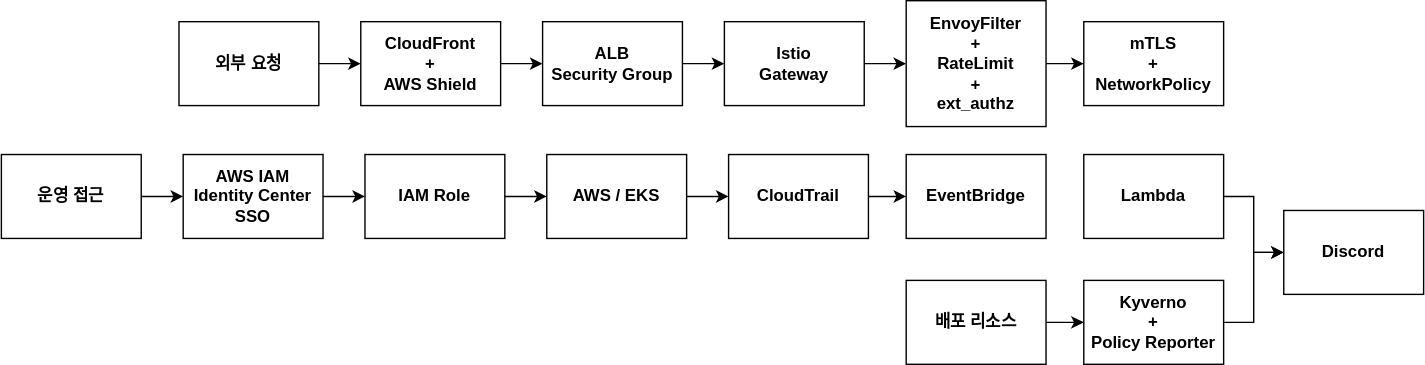
Above: public/images/infrastructure/architecture/03_infra-arc.svg in goorm-gongbang/001-finalPR (draw.io), before the change. Source tidied: cells renumbered, new cells last; positions are measured from the earlier drawing's top-left corner, leaving out a move shared by most shapes.
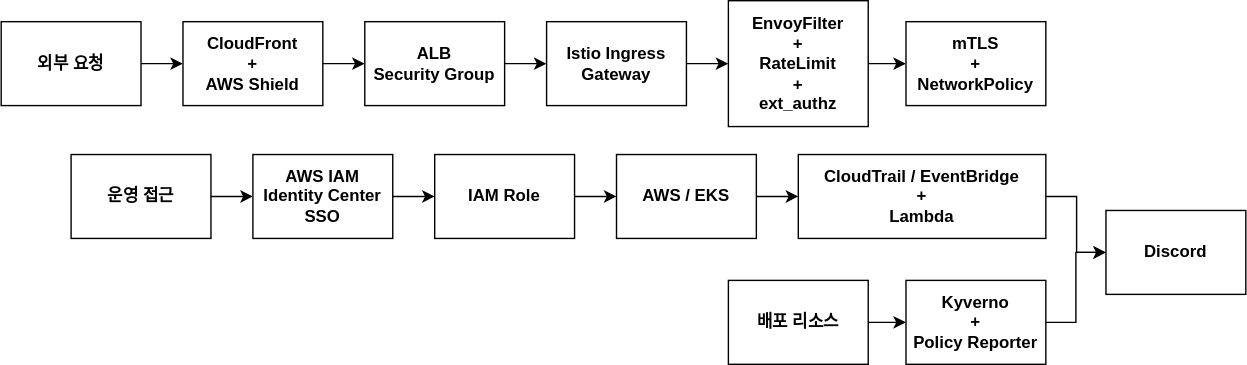
The same file after the commit.

The edit, as a diff of the source:
```diff
@@ -23,7 +23,7 @@
     <mxCell id="8" style="edgeStyle=orthogonalEdgeStyle;rounded=0;jettySize=auto;html=1;" parent="1" edge="1" source="9" target="11">
       <mxGeometry relative="1" as="geometry" />
     </mxCell>
-    <mxCell id="9" value="&lt;b&gt;Istio&lt;/b&gt;&lt;div&gt;&lt;b&gt;Gateway&lt;/b&gt;&lt;/div&gt;" style="rounded=0;whiteSpace=wrap;html=1;" parent="1" vertex="1">
+    <mxCell id="9" value="&lt;b&gt;Istio Ingress&lt;/b&gt;&lt;div&gt;&lt;b&gt;Gateway&lt;/b&gt;&lt;/div&gt;" style="rounded=0;whiteSpace=wrap;html=1;" parent="1" vertex="1">
       <mxGeometry x="517" y="15" width="100" height="60" as="geometry" />
     </mxCell>
     <mxCell id="10" style="edgeStyle=orthogonalEdgeStyle;rounded=0;jettySize=auto;html=1;" parent="1" edge="1" source="11" target="12">
@@ -39,41 +39,34 @@
       <mxGeometry relative="1" as="geometry" />
     </mxCell>
     <mxCell id="14" value="&lt;b&gt;운영 접근&lt;/b&gt;" style="rounded=0;whiteSpace=wrap;html=1;" parent="1" vertex="1">
-      <mxGeometry y="110" width="100" height="60" as="geometry" />
+      <mxGeometry x="177" y="110" width="100" height="60" as="geometry" />
     </mxCell>
     <mxCell id="15" style="edgeStyle=orthogonalEdgeStyle;rounded=0;jettySize=auto;html=1;" parent="1" edge="1" source="16" target="18">
       <mxGeometry relative="1" as="geometry" />
     </mxCell>
     <mxCell id="16" value="&lt;b&gt;AWS IAM Identity Center SSO&lt;/b&gt;" style="rounded=0;whiteSpace=wrap;html=1;" parent="1" vertex="1">
-      <mxGeometry x="130" y="110" width="100" height="60" as="geometry" />
+      <mxGeometry x="307" y="110" width="100" height="60" as="geometry" />
     </mxCell>
     <mxCell id="17" style="edgeStyle=orthogonalEdgeStyle;rounded=0;jettySize=auto;html=1;" parent="1" edge="1" source="18" target="20">
       <mxGeometry relative="1" as="geometry" />
     </mxCell>
     <mxCell id="18" value="&lt;b&gt;IAM Role&lt;/b&gt;" style="rounded=0;whiteSpace=wrap;html=1;" parent="1" vertex="1">
-      <mxGeometry x="260" y="110" width="100" height="60" as="geometry" />
+      <mxGeometry x="437" y="110" width="100" height="60" as="geometry" />
     </mxCell>
     <mxCell id="19" style="edgeStyle=orthogonalEdgeStyle;rounded=0;jettySize=auto;html=1;" parent="1" edge="1" source="20" target="22">
       <mxGeometry relative="1" as="geometry" />
     </mxCell>
     <mxCell id="20" value="&lt;b&gt;AWS / EKS&lt;/b&gt;" style="rounded=0;whiteSpace=wrap;html=1;" parent="1" vertex="1">
-      <mxGeometry x="390" y="110" width="100" height="60" as="geometry" />
+      <mxGeometry x="567" y="110" width="100" height="60" as="geometry" />
     </mxCell>
-    <mxCell id="21" style="edgeStyle=orthogonalEdgeStyle;rounded=0;jettySize=auto;html=1;" parent="1" edge="1" source="22" target="23">
-      <mxGeometry relative="1" as="geometry" />
-    </mxCell>
-    <mxCell id="22" value="&lt;b&gt;CloudTrail&lt;/b&gt;" style="rounded=0;whiteSpace=wrap;html=1;" parent="1" vertex="1">
-      <mxGeometry x="520" y="110" width="100" height="60" as="geometry" />
+    <mxCell id="22" value="&lt;b&gt;CloudTrail / EventBridge&lt;/b&gt;&lt;div&gt;&lt;b&gt;+&lt;/b&gt;&lt;/div&gt;&lt;div&gt;&lt;b&gt;Lambda&lt;/b&gt;&lt;/div&gt;" style="rounded=0;whiteSpace=wrap;html=1;" parent="1" vertex="1">
+      <mxGeometry x="697" y="110" width="177" height="60" as="geometry" />
     </mxCell>
-    <mxCell id="23" value="&lt;b&gt;EventBridge&lt;/b&gt;" style="rounded=0;whiteSpace=wrap;html=1;" parent="1" vertex="1">
-      <mxGeometry x="647" y="110" width="100" height="60" as="geometry" />
-    </mxCell>
-    <mxCell id="24" style="edgeStyle=orthogonalEdgeStyle;rounded=0;jettySize=auto;html=1;entryX=0;entryY=0.5;entryDx=0;entryDy=0;" parent="1" edge="1" source="25" target="26">
-      <mxGeometry relative="1" as="geometry" />
+    <mxCell id="24" style="edgeStyle=orthogonalEdgeStyle;rounded=0;jettySize=auto;html=1;entryX=0;entryY=0.5;entryDx=0;entryDy=0;" parent="1" edge="1" target="26">
+      <mxGeometry relative="1" as="geometry">
+        <mxPoint x="874" y="140" as="sourcePoint" />
+      </mxGeometry>
     </mxCell>
-    <mxCell id="25" value="&lt;b&gt;Lambda&lt;/b&gt;" style="rounded=0;whiteSpace=wrap;html=1;" parent="1" vertex="1">
-      <mxGeometry x="774" y="110" width="100" height="60" as="geometry" />
-    </mxCell>
     <mxCell id="26" value="&lt;b&gt;Discord&lt;/b&gt;" style="rounded=0;whiteSpace=wrap;html=1;" parent="1" vertex="1">
       <mxGeometry x="917" y="150" width="100" height="60" as="geometry" />
     </mxCell>
```
